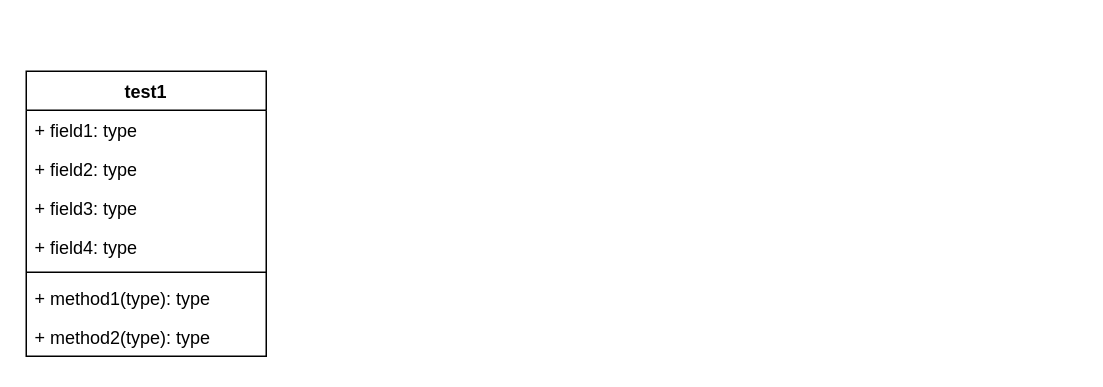
The draw.io diagram worldModel.drawio in csgeneral/uml-cssyj, before the edit. Source tidied: cells renumbered, new cells numbered last; positions are measured from the earlier drawing's top-left corner, leaving out a move shared by most shapes. Both pictures are drawn from the tidied source at 150%, with x=0, y=0 at pixel (26, 70).
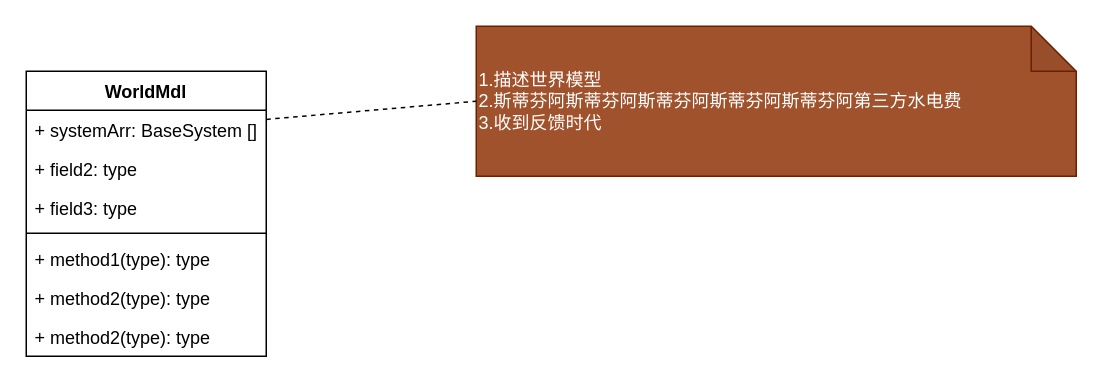
The same page after the edit.

The edit, as a diff of the source:
```diff
@@
 <mxGraphModel>
   <root>
     <mxCell id="0" />
     <mxCell id="1" parent="0" />
-    <mxCell id="2" value="test1" style="swimlane;fontStyle=1;align=center;verticalAlign=top;horizontal=1;startSize=26;whiteSpace=wrap;html=1;" parent="1" vertex="1">
+    <mxCell id="2" value="WorldMdl" style="swimlane;fontStyle=1;align=center;verticalAlign=top;horizontal=1;startSize=26;whiteSpace=wrap;html=1;" parent="1" vertex="1">
       <mxGeometry width="160" height="190" as="geometry" />
     </mxCell>
-    <mxCell id="3" value="+ field1: type" style="text;strokeColor=none;fillColor=none;align=left;verticalAlign=top;spacingLeft=4;spacingRight=4;overflow=hidden;points=[[0,0.5],[1,0.5]];portConstraint=eastwest;whiteSpace=wrap;html=1;" parent="2" vertex="1">
+    <mxCell id="3" value="+ systemArr: BaseSystem []" style="text;strokeColor=none;fillColor=none;align=left;verticalAlign=top;spacingLeft=4;spacingRight=4;overflow=hidden;points=[[0,0.5],[1,0.5]];portConstraint=eastwest;whiteSpace=wrap;html=1;" parent="2" vertex="1">
       <mxGeometry y="26" width="160" height="26" as="geometry" />
     </mxCell>
     <mxCell id="4" value="+ field2: type" style="text;strokeColor=none;fillColor=none;align=left;verticalAlign=top;spacingLeft=4;spacingRight=4;overflow=hidden;whiteSpace=wrap;html=1;" parent="2" vertex="1">
       <mxGeometry y="52" width="160" height="26" as="geometry" />
     </mxCell>
     <mxCell id="5" value="+ field3: type" style="text;strokeColor=none;fillColor=none;align=left;verticalAlign=top;spacingLeft=4;spacingRight=4;overflow=hidden;whiteSpace=wrap;html=1;" parent="2" vertex="1">
       <mxGeometry y="78" width="160" height="26" as="geometry" />
     </mxCell>
-    <mxCell id="6" value="+ field4: type&amp;nbsp;" style="text;strokeColor=none;fillColor=none;align=left;verticalAlign=top;spacingLeft=4;spacingRight=4;overflow=hidden;whiteSpace=wrap;html=1;" parent="2" vertex="1">
-      <mxGeometry y="104" width="160" height="26" as="geometry" />
-    </mxCell>
     <mxCell id="7" style="line;strokeWidth=1;fillColor=none;align=left;verticalAlign=middle;spacingTop=-1;spacingLeft=3;spacingRight=3;labelPosition=right;strokeColor=inherit;" parent="2" vertex="1">
-      <mxGeometry y="130" width="160" height="8" as="geometry" />
+      <mxGeometry y="104" width="160" height="8" as="geometry" />
     </mxCell>
     <mxCell id="8" value="+ method1(type): type" style="text;strokeColor=none;fillColor=none;align=left;verticalAlign=top;spacingLeft=4;spacingRight=4;overflow=hidden;whiteSpace=wrap;html=1;" parent="2" vertex="1">
-      <mxGeometry y="138" width="160" height="26" as="geometry" />
+      <mxGeometry y="112" width="160" height="26" as="geometry" />
     </mxCell>
     <mxCell id="9" value="+ method2(type): type" style="text;strokeColor=none;fillColor=none;align=left;verticalAlign=top;spacingLeft=4;spacingRight=4;overflow=hidden;whiteSpace=wrap;html=1;" parent="2" vertex="1">
-      <mxGeometry y="164" width="160" height="26" as="geometry" />
+      <mxGeometry y="138" width="160" height="26" as="geometry" />
     </mxCell>
+    <mxCell id="10" value="+ method2(type): type" style="text;strokeColor=none;fillColor=none;align=left;verticalAlign=top;spacingLeft=4;spacingRight=4;overflow=hidden;whiteSpace=wrap;html=1;" parent="2" vertex="1">
+      <mxGeometry y="164" width="160" height="26" as="geometry" />
+    </mxCell>
+    <mxCell id="11" value="1.描述世界模型&lt;br&gt;2.斯蒂芬阿斯蒂芬阿斯蒂芬阿斯蒂芬阿斯蒂芬阿第三方水电费&lt;br&gt;3.收到反馈时代" style="shape=note;whiteSpace=wrap;html=1;backgroundOutline=1;darkOpacity=0.05;fillColor=#a0522d;strokeColor=#6D1F00;align=left;fontStyle=0;fontColor=#ffffff;gradientColor=none;shadow=0;" parent="1" vertex="1">
+      <mxGeometry x="300" y="-30" width="400" height="100" as="geometry" />
+    </mxCell>
+    <mxCell id="12" style="endArrow=none;dashed=1;html=1;rounded=0;entryX=0;entryY=0.5;entryDx=0;entryDy=0;entryPerimeter=0;" parent="1" edge="1" source="3" target="11">
+      <mxGeometry relative="1" as="geometry" />
+    </mxCell>
   </root>
 </mxGraphModel>
```
